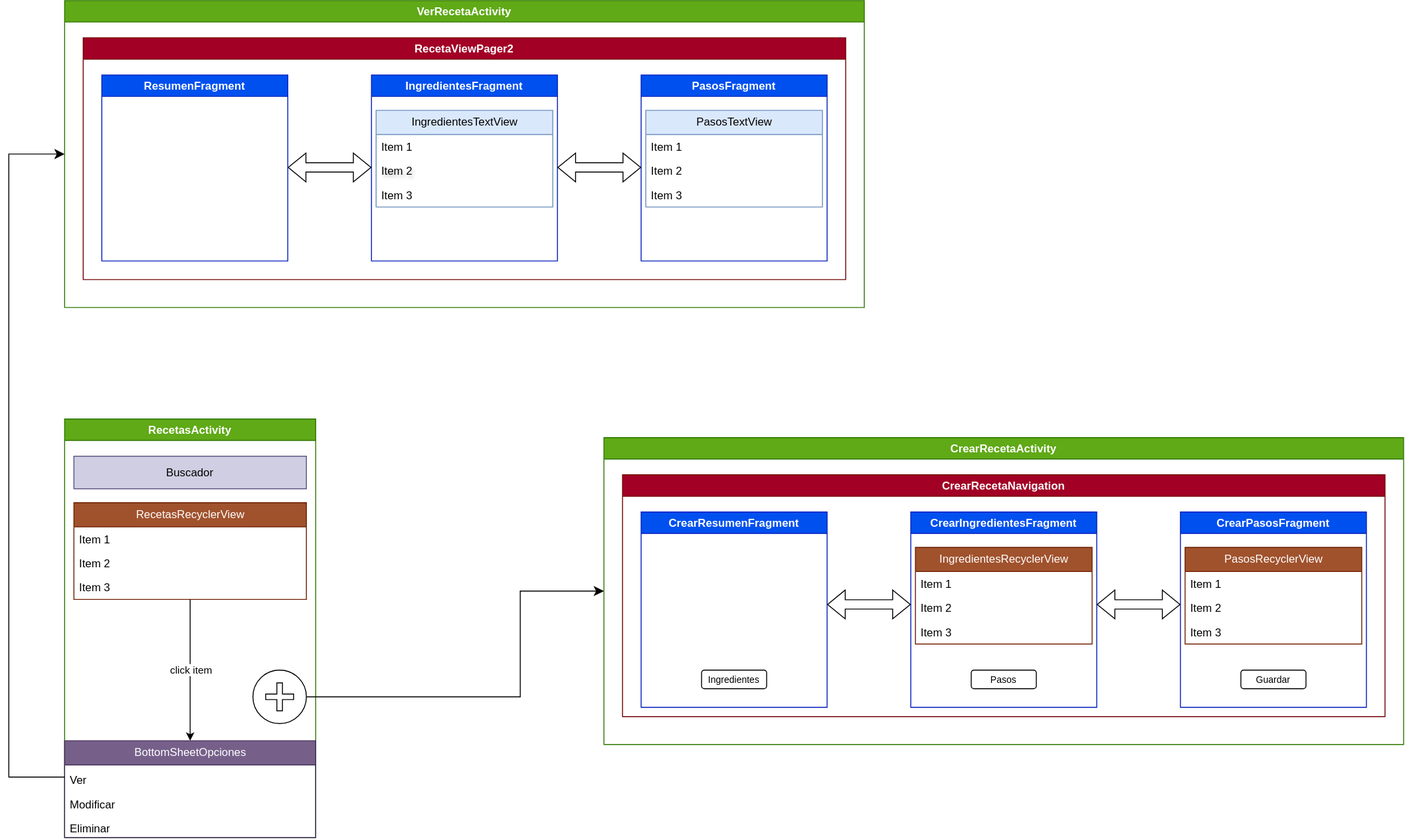
Above: diagramas/Recetario.drawio.svg in overdrive80/RecetasDigitales (draw.io), before the change. Source tidied: cells renumbered, new cells last; positions are measured from the earlier drawing's top-left corner, leaving out a move shared by most shapes. Its diagram source:
```xml
<mxGraphModel background="light-dark(#FFFFFF,#FFFFFF)">
  <root>
    <mxCell id="0" />
    <mxCell id="1" parent="0" />
    <mxCell id="2" value="RecetasActivity" style="swimlane;fillColor=#60a917;fontColor=#ffffff;strokeColor=#2D7600;" parent="1" vertex="1">
      <mxGeometry x="60" y="450" width="270" height="450" as="geometry" />
    </mxCell>
    <mxCell id="3" value="BottomSheetOpciones" style="swimlane;fontStyle=0;horizontal=1;startSize=26;fillColor=#76608a;html=1;fontColor=#ffffff;strokeColor=#432D57;" parent="2" vertex="1">
      <mxGeometry y="346" width="270" height="104" as="geometry" />
    </mxCell>
    <mxCell id="4" value="Ver" style="text;strokeColor=none;fillColor=none;align=left;verticalAlign=bottom;spacingLeft=4;spacingRight=7;overflow=hidden;points=[[0,0.5],[1,0.5]];portConstraint=eastwest;whiteSpace=wrap;html=1;spacing=2;spacingTop=0;fontColor=light-dark(#000000,#030303);" parent="3" vertex="1">
      <mxGeometry y="26" width="270" height="26" as="geometry" />
    </mxCell>
    <mxCell id="5" value="Modificar" style="text;strokeColor=none;fillColor=none;align=left;verticalAlign=bottom;spacingLeft=4;spacingRight=4;overflow=hidden;whiteSpace=wrap;html=1;spacing=2;fontColor=light-dark(#000000,#242424);" parent="3" vertex="1">
      <mxGeometry y="52" width="270" height="26" as="geometry" />
    </mxCell>
    <mxCell id="6" value="Eliminar" style="text;strokeColor=none;fillColor=none;align=left;verticalAlign=bottom;spacingLeft=4;spacingRight=4;overflow=hidden;whiteSpace=wrap;html=1;spacing=2;fontColor=light-dark(#000000,#000000);" parent="3" vertex="1">
      <mxGeometry y="78" width="270" height="26" as="geometry" />
    </mxCell>
    <mxCell id="7" value="RecetasRecyclerView" style="swimlane;fontStyle=0;horizontal=1;startSize=26;fillColor=#a0522d;html=1;fontColor=#ffffff;strokeColor=#6D1F00;" parent="2" vertex="1">
      <mxGeometry x="10" y="90" width="250" height="104" as="geometry" />
    </mxCell>
    <mxCell id="8" value="Item 1" style="text;strokeColor=none;fillColor=none;align=left;verticalAlign=top;spacingLeft=4;spacingRight=4;overflow=hidden;whiteSpace=wrap;html=1;fontColor=light-dark(#000000,#000000);" parent="7" vertex="1">
      <mxGeometry y="26" width="250" height="26" as="geometry" />
    </mxCell>
    <mxCell id="9" value="Item 2" style="text;strokeColor=none;fillColor=none;align=left;verticalAlign=top;spacingLeft=4;spacingRight=4;overflow=hidden;whiteSpace=wrap;html=1;fontColor=light-dark(#000000,#000000);" parent="7" vertex="1">
      <mxGeometry y="52" width="250" height="26" as="geometry" />
    </mxCell>
    <mxCell id="10" value="Item 3" style="text;strokeColor=none;fillColor=none;align=left;verticalAlign=top;spacingLeft=4;spacingRight=4;overflow=hidden;points=[[0,0.5],[1,0.5]];portConstraint=eastwest;whiteSpace=wrap;html=1;fontColor=light-dark(#000000,#000000);" parent="7" vertex="1">
      <mxGeometry y="78" width="250" height="26" as="geometry" />
    </mxCell>
    <mxCell id="11" value="Buscador" style="whiteSpace=wrap;html=1;align=center;newEdgeStyle={&quot;edgeStyle&quot;:&quot;elbowEdgeStyle&quot;,&quot;startArrow&quot;:&quot;none&quot;,&quot;endArrow&quot;:&quot;none&quot;};fillColor=#d0cee2;strokeColor=#56517e;" parent="2" vertex="1">
      <mxGeometry x="10" y="40" width="250" height="35" as="geometry" />
    </mxCell>
    <mxCell id="12" style="endArrow=classic;html=1;rounded=0;entryX=0.5;entryY=0;entryDx=0;entryDy=0;strokeColor=light-dark(#000000,#000000);" parent="2" edge="1" source="10" target="3">
      <mxGeometry relative="1" as="geometry" />
    </mxCell>
    <mxCell id="13" value="click item" style="edgeLabel;html=1;align=center;verticalAlign=middle;fontColor=light-dark(#000000,#000000);labelBackgroundColor=light-dark(#FFFFFF,#FFFFFF);" parent="12" vertex="1">
      <mxGeometry relative="1" as="geometry" />
    </mxCell>
    <mxCell id="14" style="group;fillColor=light-dark(#FFFFFF,#FFFFFF);fillStyle=auto;strokeColor=none;" parent="2" vertex="1">
      <mxGeometry x="202.5" y="270" width="57.5" height="57.5" as="geometry" />
    </mxCell>
    <mxCell id="15" style="ellipse;whiteSpace=wrap;html=1;labelBackgroundColor=default;fillColor=light-dark(#FFFFFF,#FFFFFF);strokeColor=light-dark(#000000,#000000);" parent="14" vertex="1">
      <mxGeometry width="57.5" height="57.5" as="geometry" />
    </mxCell>
    <mxCell id="16" style="shape=cross;whiteSpace=wrap;html=1;" parent="14" vertex="1">
      <mxGeometry x="13.8" y="13.8" width="30" height="30" as="geometry" />
    </mxCell>
    <mxCell id="17" value="VerRecetaActivity" style="swimlane;fillColor=#60a917;fontColor=#ffffff;strokeColor=#2D7600;" parent="1" vertex="1">
      <mxGeometry x="60" width="860" height="330" as="geometry" />
    </mxCell>
    <mxCell id="18" value="RecetaViewPager2" style="swimlane;fillColor=#a20025;fontColor=#ffffff;strokeColor=#6F0000;" parent="17" vertex="1">
      <mxGeometry x="20" y="40" width="820" height="260" as="geometry" />
    </mxCell>
    <mxCell id="19" value="ResumenFragment" style="swimlane;fillColor=#0050ef;fontColor=#ffffff;strokeColor=#001DBC;" parent="18" vertex="1">
      <mxGeometry x="20" y="40" width="200" height="200" as="geometry" />
    </mxCell>
    <mxCell id="20" value="IngredientesFragment" style="swimlane;fillColor=#0050ef;fontColor=#ffffff;strokeColor=#001DBC;" parent="18" vertex="1">
      <mxGeometry x="310" y="40" width="200" height="200" as="geometry" />
    </mxCell>
    <mxCell id="21" value="IngredientesTextView" style="swimlane;fontStyle=0;horizontal=1;startSize=26;fillColor=#dae8fc;html=1;strokeColor=#6c8ebf;" parent="20" vertex="1">
      <mxGeometry x="5" y="38" width="190" height="104" as="geometry" />
    </mxCell>
    <mxCell id="22" value="Item 1" style="text;strokeColor=none;fillColor=none;align=left;verticalAlign=top;spacingLeft=4;spacingRight=4;overflow=hidden;whiteSpace=wrap;html=1;fontColor=light-dark(#000000,#000000);" parent="21" vertex="1">
      <mxGeometry y="26" width="190" height="26" as="geometry" />
    </mxCell>
    <mxCell id="23" value="Item 2" style="text;strokeColor=none;fillColor=none;align=left;verticalAlign=top;spacingLeft=4;spacingRight=4;overflow=hidden;whiteSpace=wrap;html=1;fontColor=light-dark(#000000,#000000);textShadow=1;" parent="21" vertex="1">
      <mxGeometry y="52" width="190" height="26" as="geometry" />
    </mxCell>
    <mxCell id="24" value="Item 3" style="text;strokeColor=none;fillColor=none;align=left;verticalAlign=top;spacingLeft=4;spacingRight=4;overflow=hidden;whiteSpace=wrap;html=1;fontColor=light-dark(#000000,#000000);" parent="21" vertex="1">
      <mxGeometry y="78" width="190" height="26" as="geometry" />
    </mxCell>
    <mxCell id="25" value="PasosFragment" style="swimlane;fillColor=#0050ef;fontColor=#ffffff;strokeColor=#001DBC;" parent="18" vertex="1">
      <mxGeometry x="600" y="40" width="200" height="200" as="geometry" />
    </mxCell>
    <mxCell id="26" value="PasosTextView" style="swimlane;fontStyle=0;horizontal=1;startSize=26;html=1;fillColor=#dae8fc;strokeColor=#6c8ebf;" parent="25" vertex="1">
      <mxGeometry x="5" y="38" width="190" height="104" as="geometry" />
    </mxCell>
    <mxCell id="27" value="Item 1" style="text;strokeColor=none;fillColor=none;align=left;verticalAlign=top;spacingLeft=4;spacingRight=4;overflow=hidden;whiteSpace=wrap;html=1;fontColor=light-dark(#000000,#000000);" parent="26" vertex="1">
      <mxGeometry y="26" width="190" height="26" as="geometry" />
    </mxCell>
    <mxCell id="28" value="Item 2" style="text;strokeColor=none;fillColor=none;align=left;verticalAlign=top;spacingLeft=4;spacingRight=4;overflow=hidden;whiteSpace=wrap;html=1;fontColor=light-dark(#000000,#000000);" parent="26" vertex="1">
      <mxGeometry y="52" width="190" height="26" as="geometry" />
    </mxCell>
    <mxCell id="29" value="Item 3" style="text;strokeColor=none;fillColor=none;align=left;verticalAlign=top;spacingLeft=4;spacingRight=4;overflow=hidden;whiteSpace=wrap;html=1;fontColor=light-dark(#000000,#000000);" parent="26" vertex="1">
      <mxGeometry y="78" width="190" height="26" as="geometry" />
    </mxCell>
    <mxCell id="30" style="shape=flexArrow;endArrow=classic;startArrow=classic;html=1;rounded=0;strokeColor=light-dark(#000000,#000000);" parent="18" edge="1">
      <mxGeometry relative="1" as="geometry">
        <mxPoint x="220" y="139.4" as="sourcePoint" />
        <mxPoint x="310" y="139.4" as="targetPoint" />
      </mxGeometry>
    </mxCell>
    <mxCell id="31" style="shape=flexArrow;endArrow=classic;startArrow=classic;html=1;rounded=0;strokeColor=light-dark(#000000,#000000);" parent="18" edge="1">
      <mxGeometry relative="1" as="geometry">
        <mxPoint x="510" y="139.4" as="sourcePoint" />
        <mxPoint x="600" y="139.4" as="targetPoint" />
      </mxGeometry>
    </mxCell>
    <mxCell id="32" style="edgeStyle=elbowEdgeStyle;elbow=horizontal;endArrow=classic;html=1;curved=0;rounded=0;endSize=8;startSize=8;entryX=0;entryY=0.5;entryDx=0;entryDy=0;strokeColor=light-dark(#000000,#000000);" parent="1" edge="1" source="4" target="17">
      <mxGeometry relative="1" as="geometry">
        <Array as="points">
          <mxPoint y="300" />
        </Array>
      </mxGeometry>
    </mxCell>
    <mxCell id="33" value="CrearRecetaActivity" style="swimlane;fillColor=#60a917;fontColor=#ffffff;strokeColor=#2D7600;" parent="1" vertex="1">
      <mxGeometry x="640" y="470" width="860" height="330" as="geometry" />
    </mxCell>
    <mxCell id="34" value="CrearRecetaNavigation" style="swimlane;fillColor=#a20025;fontColor=#ffffff;strokeColor=#6F0000;" parent="33" vertex="1">
      <mxGeometry x="20" y="40" width="820" height="260" as="geometry" />
    </mxCell>
    <mxCell id="35" value="CrearResumenFragment" style="swimlane;fillColor=#0050ef;fontColor=#ffffff;strokeColor=#001DBC;" parent="34" vertex="1">
      <mxGeometry x="20" y="40" width="200" height="210" as="geometry" />
    </mxCell>
    <mxCell id="36" value="&lt;font style=&quot;font-size: 10px;&quot;&gt;Ingredientes&lt;/font&gt;" style="rounded=1;whiteSpace=wrap;html=1;" parent="35" vertex="1">
      <mxGeometry x="65" y="170" width="70" height="20" as="geometry" />
    </mxCell>
    <mxCell id="37" value="CrearIngredientesFragment" style="swimlane;fillColor=#0050ef;fontColor=#ffffff;strokeColor=#001DBC;" parent="34" vertex="1">
      <mxGeometry x="310" y="40" width="200" height="210" as="geometry" />
    </mxCell>
    <mxCell id="38" value="IngredientesRecyclerView" style="swimlane;fontStyle=0;horizontal=1;startSize=26;fillColor=#a0522d;html=1;fontColor=#ffffff;strokeColor=#6D1F00;" parent="37" vertex="1">
      <mxGeometry x="5" y="38" width="190" height="104" as="geometry" />
    </mxCell>
    <mxCell id="39" value="Item 1" style="text;strokeColor=none;fillColor=none;align=left;verticalAlign=top;spacingLeft=4;spacingRight=4;overflow=hidden;whiteSpace=wrap;html=1;fontColor=light-dark(#000000,#000000);" parent="38" vertex="1">
      <mxGeometry y="26" width="190" height="26" as="geometry" />
    </mxCell>
    <mxCell id="40" value="Item 2" style="text;strokeColor=none;fillColor=none;align=left;verticalAlign=top;spacingLeft=4;spacingRight=4;overflow=hidden;whiteSpace=wrap;html=1;fontColor=light-dark(#000000,#000000);" parent="38" vertex="1">
      <mxGeometry y="52" width="190" height="26" as="geometry" />
    </mxCell>
    <mxCell id="41" value="Item 3" style="text;strokeColor=none;fillColor=none;align=left;verticalAlign=top;spacingLeft=4;spacingRight=4;overflow=hidden;whiteSpace=wrap;html=1;fontColor=light-dark(#000000,#000000);" parent="38" vertex="1">
      <mxGeometry y="78" width="190" height="26" as="geometry" />
    </mxCell>
    <mxCell id="42" value="&lt;font style=&quot;font-size: 10px;&quot;&gt;Pasos&lt;/font&gt;" style="rounded=1;whiteSpace=wrap;html=1;" parent="37" vertex="1">
      <mxGeometry x="65" y="170" width="70" height="20" as="geometry" />
    </mxCell>
    <mxCell id="43" value="CrearPasosFragment" style="swimlane;fillColor=#0050ef;fontColor=#ffffff;strokeColor=#001DBC;" parent="34" vertex="1">
      <mxGeometry x="600" y="40" width="200" height="210" as="geometry" />
    </mxCell>
    <mxCell id="44" value="PasosRecyclerView" style="swimlane;fontStyle=0;horizontal=1;startSize=26;fillColor=#a0522d;html=1;fontColor=#ffffff;strokeColor=#6D1F00;" parent="43" vertex="1">
      <mxGeometry x="5" y="38" width="190" height="104" as="geometry" />
    </mxCell>
    <mxCell id="45" value="Item 1" style="text;strokeColor=none;fillColor=none;align=left;verticalAlign=top;spacingLeft=4;spacingRight=4;overflow=hidden;whiteSpace=wrap;html=1;fontColor=light-dark(#000000,#030303);" parent="44" vertex="1">
      <mxGeometry y="26" width="190" height="26" as="geometry" />
    </mxCell>
    <mxCell id="46" value="Item 2" style="text;strokeColor=none;fillColor=none;align=left;verticalAlign=top;spacingLeft=4;spacingRight=4;overflow=hidden;whiteSpace=wrap;html=1;fontColor=light-dark(#000000,#000000);" parent="44" vertex="1">
      <mxGeometry y="52" width="190" height="26" as="geometry" />
    </mxCell>
    <mxCell id="47" value="Item 3" style="text;strokeColor=none;fillColor=none;align=left;verticalAlign=top;spacingLeft=4;spacingRight=4;overflow=hidden;whiteSpace=wrap;html=1;fontColor=light-dark(#000000,#000000);" parent="44" vertex="1">
      <mxGeometry y="78" width="190" height="26" as="geometry" />
    </mxCell>
    <mxCell id="48" value="&lt;font style=&quot;font-size: 10px;&quot;&gt;Guardar&lt;/font&gt;" style="rounded=1;whiteSpace=wrap;html=1;" parent="43" vertex="1">
      <mxGeometry x="65" y="170" width="70" height="20" as="geometry" />
    </mxCell>
    <mxCell id="49" style="shape=flexArrow;endArrow=classic;startArrow=classic;html=1;rounded=0;startFill=1;strokeColor=light-dark(#000000,#000000);" parent="34" edge="1">
      <mxGeometry relative="1" as="geometry">
        <mxPoint x="220" y="139.4" as="sourcePoint" />
        <mxPoint x="310" y="139.4" as="targetPoint" />
      </mxGeometry>
    </mxCell>
    <mxCell id="50" style="shape=flexArrow;endArrow=classic;startArrow=classic;html=1;rounded=0;startFill=1;strokeColor=light-dark(#000000,#000000);" parent="34" edge="1">
      <mxGeometry relative="1" as="geometry">
        <mxPoint x="510" y="139.4" as="sourcePoint" />
        <mxPoint x="600" y="139.4" as="targetPoint" />
      </mxGeometry>
    </mxCell>
    <mxCell id="51" style="edgeStyle=elbowEdgeStyle;elbow=horizontal;endArrow=classic;html=1;curved=0;rounded=0;endSize=8;startSize=8;entryX=0;entryY=0.5;entryDx=0;entryDy=0;exitX=1;exitY=0.5;exitDx=0;exitDy=0;labelBorderColor=light-dark(#000000,#000000);fontColor=light-dark(#000000,#000000);strokeColor=light-dark(#000000,#000000);" parent="1" edge="1" source="15" target="33">
      <mxGeometry relative="1" as="geometry">
        <Array as="points">
          <mxPoint x="550" y="775" />
        </Array>
      </mxGeometry>
    </mxCell>
  </root>
</mxGraphModel>
```
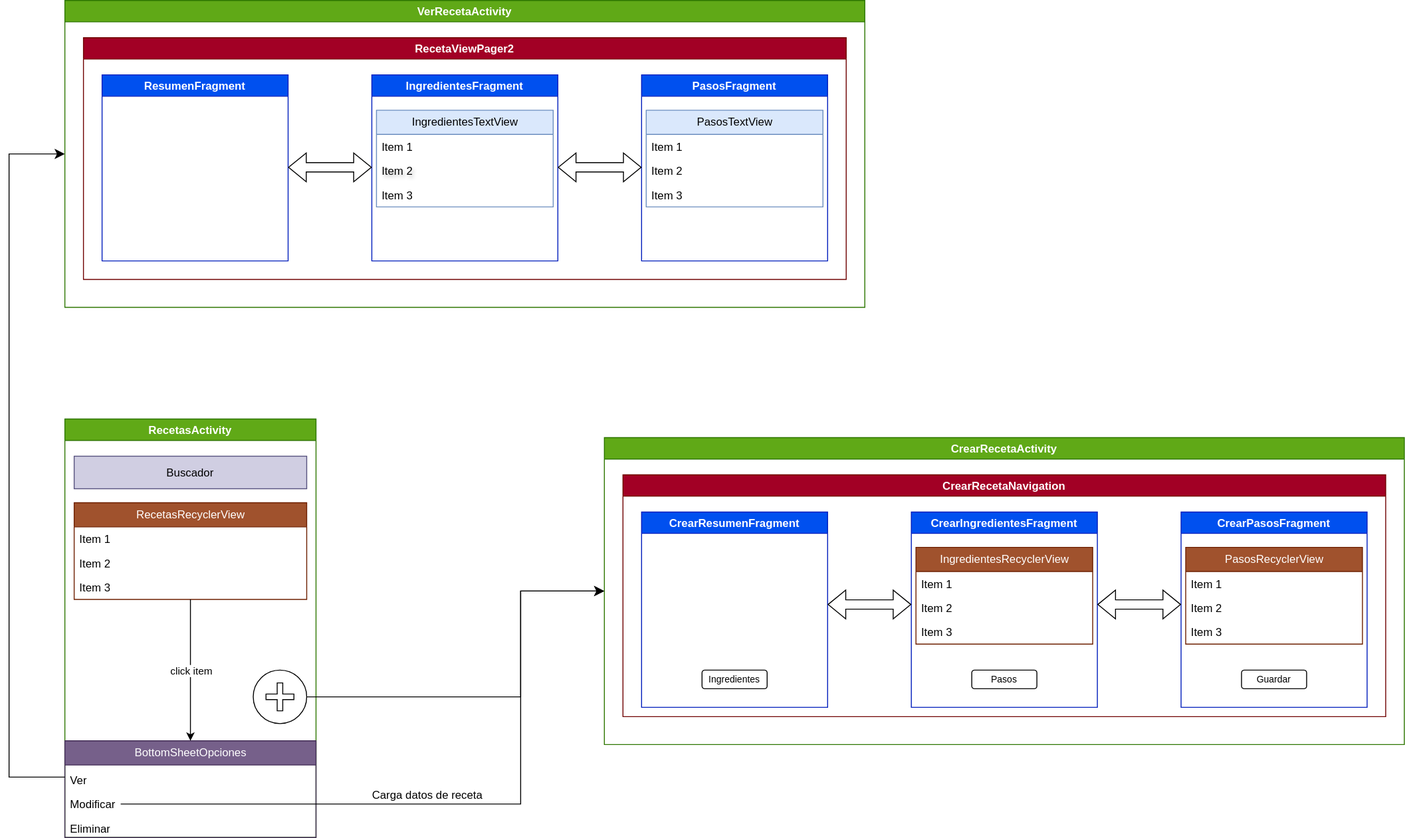
The same diagram one commit later.

What changed in the source:
```diff
@@ -1,4 +1,4 @@
-<mxGraphModel background="light-dark(#FFFFFF,#FFFFFF)">
+<mxGraphModel>
   <root>
     <mxCell id="0" />
     <mxCell id="1" parent="0" />
@@ -14,6 +14,14 @@
     <mxCell id="5" value="Modificar" style="text;strokeColor=none;fillColor=none;align=left;verticalAlign=bottom;spacingLeft=4;spacingRight=4;overflow=hidden;whiteSpace=wrap;html=1;spacing=2;fontColor=light-dark(#000000,#242424);" parent="3" vertex="1">
       <mxGeometry y="52" width="270" height="26" as="geometry" />
     </mxCell>
+    <mxCell id="52" style="edgeStyle=elbowEdgeStyle;elbow=horizontal;endArrow=classic;html=1;curved=0;rounded=0;endSize=8;startSize=8;entryX=0;entryY=0.5;entryDx=0;entryDy=0;exitX=1;exitY=0.5;exitDx=0;exitDy=0;labelBorderColor=light-dark(#000000,#000000);fontColor=light-dark(#000000,#000000);strokeColor=light-dark(#000000,#000000);" parent="3" edge="1" target="33">
+      <mxGeometry relative="1" as="geometry">
+        <mxPoint x="60" y="68" as="sourcePoint" />
+        <Array as="points">
+          <mxPoint x="490" y="-26" />
+        </Array>
+      </mxGeometry>
+    </mxCell>
     <mxCell id="6" value="Eliminar" style="text;strokeColor=none;fillColor=none;align=left;verticalAlign=bottom;spacingLeft=4;spacingRight=4;overflow=hidden;whiteSpace=wrap;html=1;spacing=2;fontColor=light-dark(#000000,#000000);" parent="3" vertex="1">
       <mxGeometry y="78" width="270" height="26" as="geometry" />
     </mxCell>
@@ -172,5 +180,8 @@
         </Array>
       </mxGeometry>
     </mxCell>
+    <mxCell id="53" value="&lt;font style=&quot;color: light-dark(rgb(0, 0, 0), rgb(0, 0, 0));&quot;&gt;Carga datos de receta&lt;/font&gt;" style="text;html=1;whiteSpace=wrap;strokeColor=none;fillColor=none;align=center;verticalAlign=middle;rounded=0;" parent="1" vertex="1">
+      <mxGeometry x="360" y="840" width="180" height="30" as="geometry" />
+    </mxCell>
   </root>
 </mxGraphModel>
```
